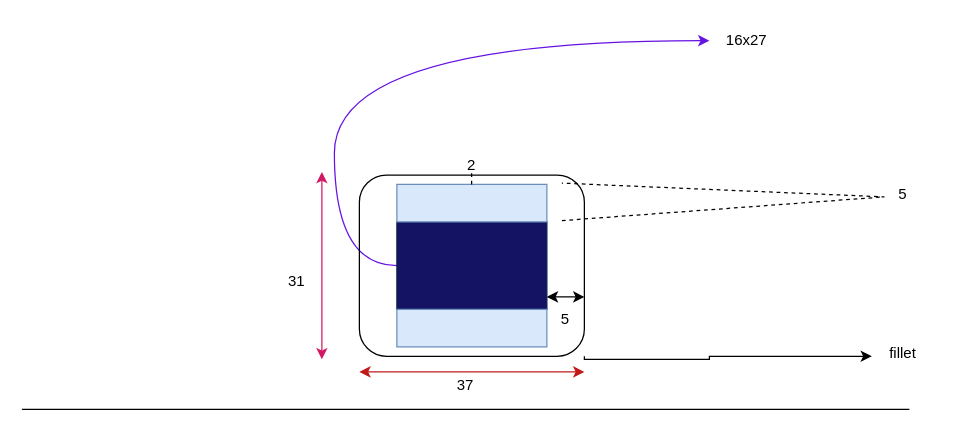
ovishak777/Epoxy keeps this draw.io diagram as outer design.drawio. Above is the earlier version. Source tidied: cells renumbered, new cells numbered last; positions are measured from the earlier drawing's top-left corner, leaving out a move shared by most shapes. Both pictures are drawn from the tidied source at 125%, with x=0, y=0 at pixel (21, 21).
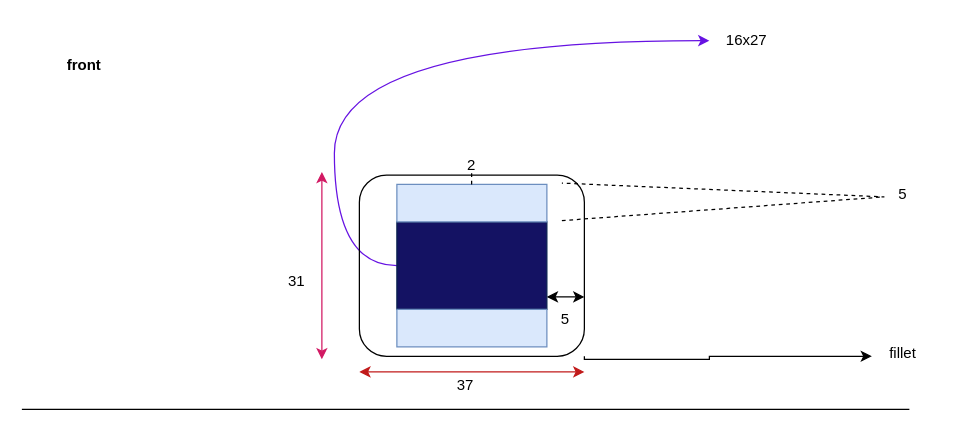
The same page after the edit.

What changed in the source:
```diff
@@
+    <mxCell id="21" value="&lt;b&gt;front&lt;/b&gt;" style="text;html=1;whiteSpace=wrap;strokeColor=none;fillColor=none;align=center;verticalAlign=middle;rounded=0;" parent="1" vertex="1">
+      <mxGeometry x="20" y="20" width="60" height="30" as="geometry" />
+    </mxCell>
```
